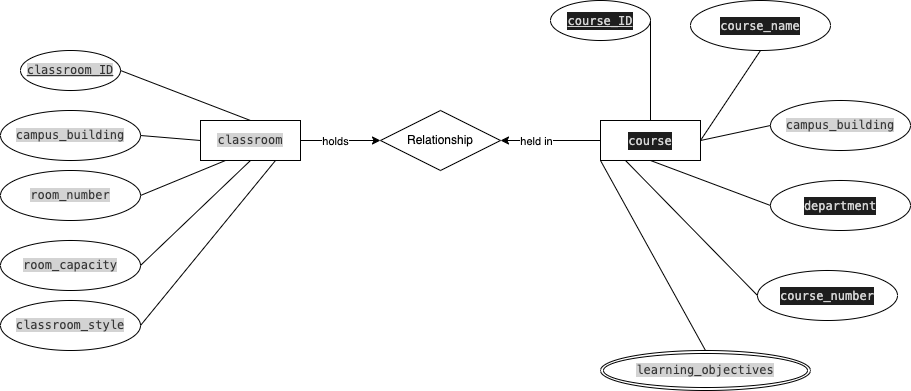
Above: test_data_model.drawio.png in aashwini89/serverless-aws-glue (draw.io), before the change. Source tidied: cells renumbered, new cells last; positions are measured from the earlier drawing's top-left corner, leaving out a move shared by most shapes.
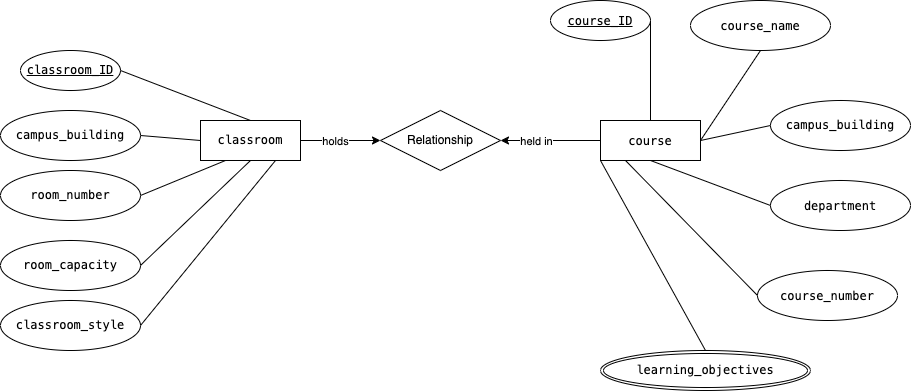
After the commit.

What changed in the source:
```diff
@@ -2,94 +2,94 @@
   <root>
     <mxCell id="0" />
     <mxCell id="1" parent="0" />
-    <mxCell id="2" style="edgeStyle=orthogonalEdgeStyle;rounded=0;jettySize=auto;html=1;endArrow=classic;startFill=0;endFill=1;" parent="1" edge="1" source="5" target="30">
+    <mxCell id="2" style="edgeStyle=orthogonalEdgeStyle;rounded=0;jettySize=auto;html=1;endArrow=classic;startFill=0;endFill=1;labelBackgroundColor=default;fontColor=default;" parent="1" edge="1" source="5" target="30">
       <mxGeometry relative="1" as="geometry" />
     </mxCell>
-    <mxCell id="3" value="Text" style="edgeLabel;html=1;align=center;verticalAlign=middle;" parent="2" vertex="1">
+    <mxCell id="3" value="Text" style="edgeLabel;html=1;align=center;verticalAlign=middle;labelBackgroundColor=default;fontColor=default;" parent="2" vertex="1">
       <mxGeometry x="-0.16" y="1" relative="1" as="geometry" />
     </mxCell>
-    <mxCell id="4" value="holds" style="edgeLabel;html=1;align=center;verticalAlign=middle;" parent="2" vertex="1">
+    <mxCell id="4" value="holds" style="edgeLabel;html=1;align=center;verticalAlign=middle;labelBackgroundColor=default;fontColor=default;" parent="2" vertex="1">
       <mxGeometry x="-0.16" relative="1" as="geometry" />
     </mxCell>
-    <mxCell id="5" value="&lt;span style=&quot;color: rgb(55, 55, 55); font-family: Menlo, Monaco, &amp;quot;Courier New&amp;quot;, monospace; white-space: pre; background-color: rgb(211, 211, 211);&quot;&gt;classroom&lt;/span&gt;" style="whiteSpace=wrap;html=1;align=center;" parent="1" vertex="1">
+    <mxCell id="5" value="&lt;span style=&quot;font-family: Menlo, Monaco, &amp;quot;Courier New&amp;quot;, monospace; white-space: pre;&quot;&gt;classroom&lt;/span&gt;" style="whiteSpace=wrap;html=1;align=center;labelBackgroundColor=default;fontColor=default;" parent="1" vertex="1">
       <mxGeometry x="200" y="120" width="100" height="40" as="geometry" />
     </mxCell>
-    <mxCell id="6" value="&lt;span style=&quot;color: rgb(55, 55, 55); font-family: Menlo, Monaco, &amp;quot;Courier New&amp;quot;, monospace; text-align: left; white-space: pre; background-color: rgb(211, 211, 211); text-decoration-line: underline;&quot;&gt;classroom_ID&lt;/span&gt;" style="ellipse;whiteSpace=wrap;html=1;align=center;" parent="1" vertex="1">
+    <mxCell id="6" value="&lt;span style=&quot;font-family: Menlo, Monaco, &amp;quot;Courier New&amp;quot;, monospace; text-align: left; white-space: pre; text-decoration-line: underline;&quot;&gt;classroom_ID&lt;/span&gt;" style="ellipse;whiteSpace=wrap;html=1;align=center;labelBackgroundColor=default;fontColor=default;" parent="1" vertex="1">
       <mxGeometry x="20" y="50" width="100" height="40" as="geometry" />
     </mxCell>
-    <mxCell id="7" value="&lt;span style=&quot;color: rgb(55, 55, 55); font-family: Menlo, Monaco, &amp;quot;Courier New&amp;quot;, monospace; text-align: left; white-space: pre; background-color: rgb(211, 211, 211);&quot;&gt;campus_building&lt;/span&gt;" style="ellipse;whiteSpace=wrap;html=1;align=center;" parent="1" vertex="1">
+    <mxCell id="7" value="&lt;span style=&quot;font-family: Menlo, Monaco, &amp;quot;Courier New&amp;quot;, monospace; text-align: left; white-space: pre;&quot;&gt;campus_building&lt;/span&gt;" style="ellipse;whiteSpace=wrap;html=1;align=center;labelBackgroundColor=default;fontColor=default;" parent="1" vertex="1">
       <mxGeometry y="110" width="140" height="50" as="geometry" />
     </mxCell>
-    <mxCell id="8" value="&lt;span style=&quot;color: rgb(55, 55, 55); font-family: Menlo, Monaco, &amp;quot;Courier New&amp;quot;, monospace; text-align: left; white-space: pre; background-color: rgb(211, 211, 211);&quot;&gt;room_number&lt;/span&gt;" style="ellipse;whiteSpace=wrap;html=1;align=center;" parent="1" vertex="1">
+    <mxCell id="8" value="&lt;span style=&quot;font-family: Menlo, Monaco, &amp;quot;Courier New&amp;quot;, monospace; text-align: left; white-space: pre;&quot;&gt;room_number&lt;/span&gt;" style="ellipse;whiteSpace=wrap;html=1;align=center;labelBackgroundColor=default;fontColor=default;" parent="1" vertex="1">
       <mxGeometry y="170" width="140" height="50" as="geometry" />
     </mxCell>
-    <mxCell id="9" value="&lt;span style=&quot;color: rgb(55, 55, 55); font-family: Menlo, Monaco, &amp;quot;Courier New&amp;quot;, monospace; text-align: left; white-space: pre; background-color: rgb(211, 211, 211);&quot;&gt;room_capacity&lt;/span&gt;" style="ellipse;whiteSpace=wrap;html=1;align=center;" parent="1" vertex="1">
+    <mxCell id="9" value="&lt;span style=&quot;font-family: Menlo, Monaco, &amp;quot;Courier New&amp;quot;, monospace; text-align: left; white-space: pre;&quot;&gt;room_capacity&lt;/span&gt;" style="ellipse;whiteSpace=wrap;html=1;align=center;labelBackgroundColor=default;fontColor=default;" parent="1" vertex="1">
       <mxGeometry y="240" width="140" height="50" as="geometry" />
     </mxCell>
-    <mxCell id="10" value="&lt;span style=&quot;color: rgb(55, 55, 55); font-family: Menlo, Monaco, &amp;quot;Courier New&amp;quot;, monospace; text-align: left; white-space: pre; background-color: rgb(211, 211, 211);&quot;&gt;classroom_style&lt;/span&gt;" style="ellipse;whiteSpace=wrap;html=1;align=center;" parent="1" vertex="1">
+    <mxCell id="10" value="&lt;span style=&quot;font-family: Menlo, Monaco, &amp;quot;Courier New&amp;quot;, monospace; text-align: left; white-space: pre;&quot;&gt;classroom_style&lt;/span&gt;" style="ellipse;whiteSpace=wrap;html=1;align=center;labelBackgroundColor=default;fontColor=default;" parent="1" vertex="1">
       <mxGeometry y="300" width="140" height="50" as="geometry" />
     </mxCell>
-    <mxCell id="11" style="endArrow=none;html=1;rounded=0;exitX=1;exitY=0.5;exitDx=0;exitDy=0;entryX=0.5;entryY=0;entryDx=0;entryDy=0;" parent="1" edge="1" source="6" target="5">
+    <mxCell id="11" style="endArrow=none;html=1;rounded=0;exitX=1;exitY=0.5;exitDx=0;exitDy=0;entryX=0.5;entryY=0;entryDx=0;entryDy=0;labelBackgroundColor=default;fontColor=default;" parent="1" edge="1" source="6" target="5">
       <mxGeometry relative="1" as="geometry" />
     </mxCell>
-    <mxCell id="12" style="endArrow=none;html=1;rounded=0;exitX=1;exitY=0.5;exitDx=0;exitDy=0;entryX=0;entryY=0.5;entryDx=0;entryDy=0;" parent="1" edge="1" source="7" target="5">
+    <mxCell id="12" style="endArrow=none;html=1;rounded=0;exitX=1;exitY=0.5;exitDx=0;exitDy=0;entryX=0;entryY=0.5;entryDx=0;entryDy=0;labelBackgroundColor=default;fontColor=default;" parent="1" edge="1" source="7" target="5">
       <mxGeometry relative="1" as="geometry" />
     </mxCell>
-    <mxCell id="13" style="endArrow=none;html=1;rounded=0;exitX=1;exitY=0.5;exitDx=0;exitDy=0;entryX=0.25;entryY=1;entryDx=0;entryDy=0;" parent="1" edge="1" source="8" target="5">
+    <mxCell id="13" style="endArrow=none;html=1;rounded=0;exitX=1;exitY=0.5;exitDx=0;exitDy=0;entryX=0.25;entryY=1;entryDx=0;entryDy=0;labelBackgroundColor=default;fontColor=default;" parent="1" edge="1" source="8" target="5">
       <mxGeometry relative="1" as="geometry" />
     </mxCell>
-    <mxCell id="14" style="endArrow=none;html=1;rounded=0;exitX=1;exitY=0.5;exitDx=0;exitDy=0;entryX=0.5;entryY=1;entryDx=0;entryDy=0;" parent="1" edge="1" source="9" target="5">
+    <mxCell id="14" style="endArrow=none;html=1;rounded=0;exitX=1;exitY=0.5;exitDx=0;exitDy=0;entryX=0.5;entryY=1;entryDx=0;entryDy=0;labelBackgroundColor=default;fontColor=default;" parent="1" edge="1" source="9" target="5">
       <mxGeometry relative="1" as="geometry" />
     </mxCell>
-    <mxCell id="15" style="endArrow=none;html=1;rounded=0;exitX=1;exitY=0.5;exitDx=0;exitDy=0;entryX=0.75;entryY=1;entryDx=0;entryDy=0;" parent="1" edge="1" source="10" target="5">
+    <mxCell id="15" style="endArrow=none;html=1;rounded=0;exitX=1;exitY=0.5;exitDx=0;exitDy=0;entryX=0.75;entryY=1;entryDx=0;entryDy=0;labelBackgroundColor=default;fontColor=default;" parent="1" edge="1" source="10" target="5">
       <mxGeometry relative="1" as="geometry" />
     </mxCell>
-    <mxCell id="16" value="&lt;div style=&quot;color: rgb(212, 212, 212); background-color: rgb(30, 30, 30); font-family: Menlo, Monaco, &amp;quot;Courier New&amp;quot;, monospace; line-height: 18px; white-space: pre;&quot;&gt;course&lt;/div&gt;" style="whiteSpace=wrap;html=1;align=center;" parent="1" vertex="1">
+    <mxCell id="16" value="&lt;div style=&quot;font-family: Menlo, Monaco, &amp;quot;Courier New&amp;quot;, monospace; line-height: 18px; white-space: pre;&quot;&gt;course&lt;/div&gt;" style="whiteSpace=wrap;html=1;align=center;labelBackgroundColor=default;fontColor=default;" parent="1" vertex="1">
       <mxGeometry x="600" y="120" width="100" height="40" as="geometry" />
     </mxCell>
-    <mxCell id="17" value="&lt;div style=&quot;color: rgb(212, 212, 212); background-color: rgb(30, 30, 30); font-family: Menlo, Monaco, &amp;quot;Courier New&amp;quot;, monospace; line-height: 18px; white-space: pre;&quot;&gt;&lt;u&gt;course_ID&lt;/u&gt;&lt;/div&gt;" style="ellipse;whiteSpace=wrap;html=1;align=center;" parent="1" vertex="1">
+    <mxCell id="17" value="&lt;div style=&quot;font-family: Menlo, Monaco, &amp;quot;Courier New&amp;quot;, monospace; line-height: 18px; white-space: pre;&quot;&gt;&lt;u&gt;course_ID&lt;/u&gt;&lt;/div&gt;" style="ellipse;whiteSpace=wrap;html=1;align=center;labelBackgroundColor=default;fontColor=default;" parent="1" vertex="1">
       <mxGeometry x="550" width="100" height="40" as="geometry" />
     </mxCell>
-    <mxCell id="18" value="&lt;span style=&quot;color: rgb(55, 55, 55); font-family: Menlo, Monaco, &amp;quot;Courier New&amp;quot;, monospace; text-align: left; white-space: pre; background-color: rgb(211, 211, 211);&quot;&gt;campus_building&lt;/span&gt;" style="ellipse;whiteSpace=wrap;html=1;align=center;" parent="1" vertex="1">
+    <mxCell id="18" value="&lt;span style=&quot;font-family: Menlo, Monaco, &amp;quot;Courier New&amp;quot;, monospace; text-align: left; white-space: pre;&quot;&gt;campus_building&lt;/span&gt;" style="ellipse;whiteSpace=wrap;html=1;align=center;labelBackgroundColor=default;fontColor=default;" parent="1" vertex="1">
       <mxGeometry x="770" y="100" width="140" height="50" as="geometry" />
     </mxCell>
-    <mxCell id="19" value="&lt;div style=&quot;color: rgb(212, 212, 212); background-color: rgb(30, 30, 30); font-family: Menlo, Monaco, &amp;quot;Courier New&amp;quot;, monospace; line-height: 18px; white-space: pre;&quot;&gt;course_name&lt;/div&gt;" style="ellipse;whiteSpace=wrap;html=1;align=center;" parent="1" vertex="1">
+    <mxCell id="19" value="&lt;div style=&quot;font-family: Menlo, Monaco, &amp;quot;Courier New&amp;quot;, monospace; line-height: 18px; white-space: pre;&quot;&gt;course_name&lt;/div&gt;" style="ellipse;whiteSpace=wrap;html=1;align=center;labelBackgroundColor=default;fontColor=default;" parent="1" vertex="1">
       <mxGeometry x="690" width="140" height="50" as="geometry" />
     </mxCell>
-    <mxCell id="20" value="&lt;div style=&quot;color: rgb(212, 212, 212); background-color: rgb(30, 30, 30); font-family: Menlo, Monaco, &amp;quot;Courier New&amp;quot;, monospace; line-height: 18px; white-space: pre;&quot;&gt;department&lt;/div&gt;" style="ellipse;whiteSpace=wrap;html=1;align=center;" parent="1" vertex="1">
+    <mxCell id="20" value="&lt;div style=&quot;font-family: Menlo, Monaco, &amp;quot;Courier New&amp;quot;, monospace; line-height: 18px; white-space: pre;&quot;&gt;department&lt;/div&gt;" style="ellipse;whiteSpace=wrap;html=1;align=center;labelBackgroundColor=default;fontColor=default;" parent="1" vertex="1">
       <mxGeometry x="770" y="180" width="140" height="50" as="geometry" />
     </mxCell>
-    <mxCell id="21" value="&lt;div style=&quot;color: rgb(212, 212, 212); background-color: rgb(30, 30, 30); font-family: Menlo, Monaco, &amp;quot;Courier New&amp;quot;, monospace; line-height: 18px; white-space: pre;&quot;&gt;course_number&lt;/div&gt;" style="ellipse;whiteSpace=wrap;html=1;align=center;" parent="1" vertex="1">
+    <mxCell id="21" value="&lt;div style=&quot;font-family: Menlo, Monaco, &amp;quot;Courier New&amp;quot;, monospace; line-height: 18px; white-space: pre;&quot;&gt;course_number&lt;/div&gt;" style="ellipse;whiteSpace=wrap;html=1;align=center;labelBackgroundColor=default;fontColor=default;" parent="1" vertex="1">
       <mxGeometry x="757" y="270" width="140" height="50" as="geometry" />
     </mxCell>
-    <mxCell id="22" style="endArrow=none;html=1;rounded=0;exitX=1;exitY=0.5;exitDx=0;exitDy=0;entryX=0.5;entryY=0;entryDx=0;entryDy=0;" parent="1" edge="1" source="17" target="16">
+    <mxCell id="22" style="endArrow=none;html=1;rounded=0;exitX=1;exitY=0.5;exitDx=0;exitDy=0;entryX=0.5;entryY=0;entryDx=0;entryDy=0;labelBackgroundColor=default;fontColor=default;" parent="1" edge="1" source="17" target="16">
       <mxGeometry relative="1" as="geometry" />
     </mxCell>
-    <mxCell id="23" style="endArrow=none;html=1;rounded=0;exitX=0;exitY=0.5;exitDx=0;exitDy=0;entryX=1;entryY=0.5;entryDx=0;entryDy=0;" parent="1" edge="1" source="18" target="16">
+    <mxCell id="23" style="endArrow=none;html=1;rounded=0;exitX=0;exitY=0.5;exitDx=0;exitDy=0;entryX=1;entryY=0.5;entryDx=0;entryDy=0;labelBackgroundColor=default;fontColor=default;" parent="1" edge="1" source="18" target="16">
       <mxGeometry relative="1" as="geometry" />
     </mxCell>
-    <mxCell id="24" style="endArrow=none;html=1;rounded=0;exitX=0.5;exitY=1;exitDx=0;exitDy=0;entryX=1;entryY=0.5;entryDx=0;entryDy=0;" parent="1" edge="1" source="19" target="16">
+    <mxCell id="24" style="endArrow=none;html=1;rounded=0;exitX=0.5;exitY=1;exitDx=0;exitDy=0;entryX=1;entryY=0.5;entryDx=0;entryDy=0;labelBackgroundColor=default;fontColor=default;" parent="1" edge="1" source="19" target="16">
       <mxGeometry relative="1" as="geometry" />
     </mxCell>
-    <mxCell id="25" style="endArrow=none;html=1;rounded=0;exitX=0;exitY=0.5;exitDx=0;exitDy=0;entryX=0.5;entryY=1;entryDx=0;entryDy=0;" parent="1" edge="1" source="20" target="16">
+    <mxCell id="25" style="endArrow=none;html=1;rounded=0;exitX=0;exitY=0.5;exitDx=0;exitDy=0;entryX=0.5;entryY=1;entryDx=0;entryDy=0;labelBackgroundColor=default;fontColor=default;" parent="1" edge="1" source="20" target="16">
       <mxGeometry relative="1" as="geometry" />
     </mxCell>
-    <mxCell id="26" style="endArrow=none;html=1;rounded=0;exitX=0;exitY=0.5;exitDx=0;exitDy=0;entryX=0.25;entryY=1;entryDx=0;entryDy=0;" parent="1" edge="1" source="21" target="16">
+    <mxCell id="26" style="endArrow=none;html=1;rounded=0;exitX=0;exitY=0.5;exitDx=0;exitDy=0;entryX=0.25;entryY=1;entryDx=0;entryDy=0;labelBackgroundColor=default;fontColor=default;" parent="1" edge="1" source="21" target="16">
       <mxGeometry relative="1" as="geometry" />
     </mxCell>
-    <mxCell id="27" style="endArrow=none;html=1;rounded=0;exitX=0.5;exitY=0;exitDx=0;exitDy=0;entryX=0;entryY=1;entryDx=0;entryDy=0;" parent="1" edge="1" source="31" target="16">
+    <mxCell id="27" style="endArrow=none;html=1;rounded=0;exitX=0.5;exitY=0;exitDx=0;exitDy=0;entryX=0;entryY=1;entryDx=0;entryDy=0;labelBackgroundColor=default;fontColor=default;" parent="1" edge="1" source="31" target="16">
       <mxGeometry relative="1" as="geometry" />
     </mxCell>
-    <mxCell id="28" style="edgeStyle=orthogonalEdgeStyle;rounded=0;jettySize=auto;html=1;endArrow=none;startFill=1;endFill=1;startArrow=classic;" parent="1" edge="1" source="30" target="16">
+    <mxCell id="28" style="edgeStyle=orthogonalEdgeStyle;rounded=0;jettySize=auto;html=1;endArrow=none;startFill=1;endFill=1;startArrow=classic;labelBackgroundColor=default;fontColor=default;" parent="1" edge="1" source="30" target="16">
       <mxGeometry relative="1" as="geometry" />
     </mxCell>
-    <mxCell id="29" value="held in" style="edgeLabel;html=1;align=center;verticalAlign=middle;" parent="28" vertex="1">
+    <mxCell id="29" value="held in" style="edgeLabel;html=1;align=center;verticalAlign=middle;labelBackgroundColor=default;fontColor=default;" parent="28" vertex="1">
       <mxGeometry x="-0.31" relative="1" as="geometry" />
     </mxCell>
-    <mxCell id="30" value="Relationship" style="shape=rhombus;perimeter=rhombusPerimeter;whiteSpace=wrap;html=1;align=center;" parent="1" vertex="1">
+    <mxCell id="30" value="Relationship" style="shape=rhombus;perimeter=rhombusPerimeter;whiteSpace=wrap;html=1;align=center;labelBackgroundColor=default;fontColor=default;" parent="1" vertex="1">
       <mxGeometry x="380" y="110" width="120" height="60" as="geometry" />
     </mxCell>
-    <mxCell id="31" value="&lt;span style=&quot;color: rgb(55, 55, 55); font-family: Menlo, Monaco, &amp;quot;Courier New&amp;quot;, monospace; white-space: pre; background-color: rgb(211, 211, 211);&quot;&gt;learning_objectives&lt;/span&gt;" style="ellipse;shape=doubleEllipse;margin=3;whiteSpace=wrap;html=1;align=center;" parent="1" vertex="1">
+    <mxCell id="31" value="&lt;span style=&quot;font-family: Menlo, Monaco, &amp;quot;Courier New&amp;quot;, monospace; white-space: pre;&quot;&gt;learning_objectives&lt;/span&gt;" style="ellipse;shape=doubleEllipse;margin=3;whiteSpace=wrap;html=1;align=center;labelBackgroundColor=default;fontColor=default;" parent="1" vertex="1">
       <mxGeometry x="600" y="350" width="210" height="40" as="geometry" />
     </mxCell>
   </root>
```
